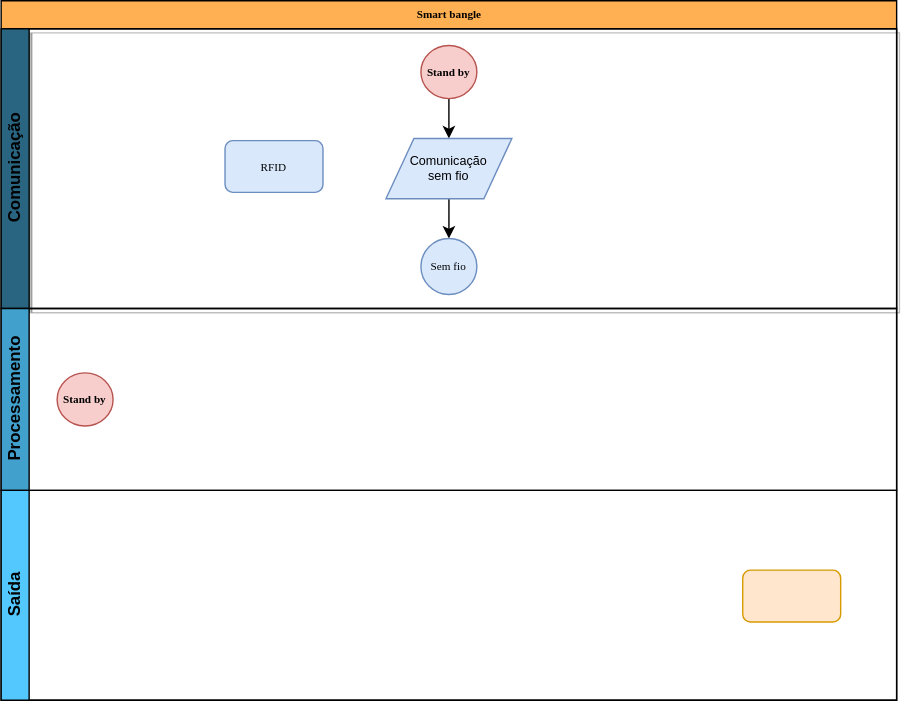
Earlier version of the draw.io export 2022.2/smart_bangle/smart-bangle_ea075.drawio.svg (vm-bertini/ea075-2023.1). Source tidied: cells renumbered, new cells last; positions are measured from the earlier drawing's top-left corner, leaving out a move shared by most shapes.
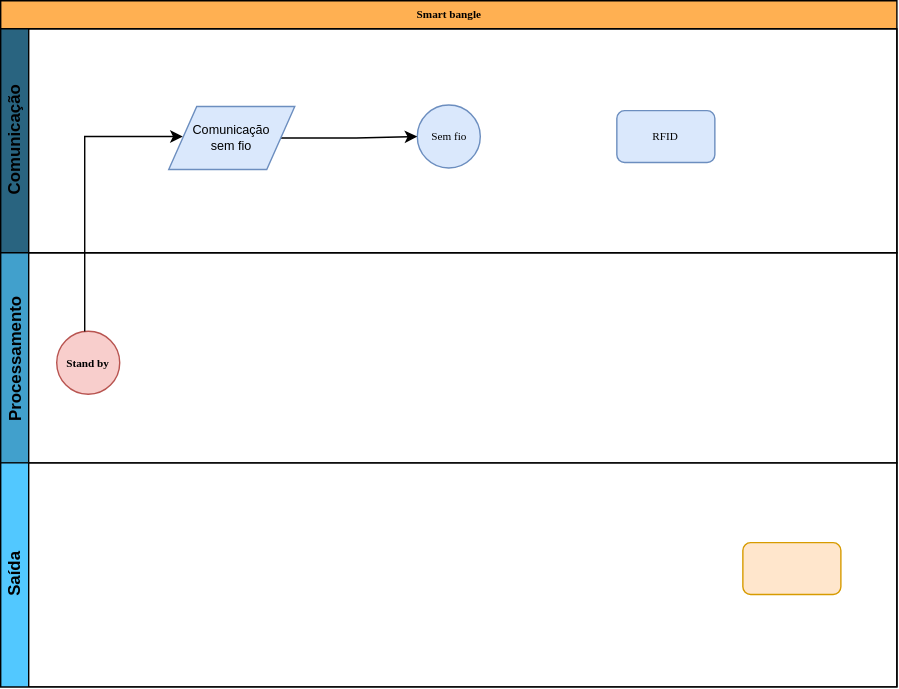
The same file after the commit.

Commit message:
editando escopo 2

Diff of the diagram source:
```diff
@@ -3,40 +3,41 @@
     <mxCell id="0" />
     <mxCell id="1" parent="0" />
     <mxCell id="2" value="Smart bangle" style="swimlane;html=1;horizontal=1;startSize=20;rounded=0;shadow=0;labelBackgroundColor=none;strokeWidth=1;fontFamily=Verdana;fontSize=8;align=center;fillColor=#FFB052;" parent="1" vertex="1">
-      <mxGeometry width="640" height="500" as="geometry" />
+      <mxGeometry width="640" height="490" as="geometry" />
     </mxCell>
-    <mxCell id="3" value="Comunicação" style="swimlane;html=1;startSize=20;horizontal=0;fillColor=#296480;shadow=1;fontStyle=1;" parent="2" vertex="1">
-      <mxGeometry y="20" width="640" height="200" as="geometry" />
+    <mxCell id="3" value="Comunicação" style="swimlane;html=1;startSize=20;horizontal=0;fillColor=#296480;shadow=0;fontStyle=1;fontColor=default;" parent="2" vertex="1">
+      <mxGeometry y="20" width="640" height="160" as="geometry" />
     </mxCell>
-    <mxCell id="4" style="edgeStyle=orthogonalEdgeStyle;rounded=0;jettySize=auto;html=1;exitX=0.5;exitY=1;exitDx=0;exitDy=0;entryX=0.5;entryY=0;entryDx=0;entryDy=0;fontSize=9;fontColor=default;" parent="3" edge="1" source="5" target="8">
-      <mxGeometry relative="1" as="geometry" />
-    </mxCell>
-    <mxCell id="5" value="Stand by" style="ellipse;whiteSpace=wrap;html=1;rounded=0;shadow=0;labelBackgroundColor=none;strokeWidth=1;fontFamily=Verdana;fontSize=8;align=center;fillColor=#f8cecc;strokeColor=#b85450;fontStyle=1;" parent="3" vertex="1">
-      <mxGeometry x="300" y="12" width="40" height="38" as="geometry" />
-    </mxCell>
     <mxCell id="6" value="RFID" style="rounded=1;whiteSpace=wrap;html=1;shadow=0;labelBackgroundColor=none;strokeWidth=1;fontFamily=Verdana;fontSize=8;align=center;fillColor=#dae8fc;strokeColor=#6c8ebf;" parent="3" vertex="1">
-      <mxGeometry x="160" y="80" width="70" height="37" as="geometry" />
+      <mxGeometry x="440" y="58.5" width="70" height="37" as="geometry" />
     </mxCell>
+    <mxCell id="9" value="Sem fio" style="ellipse;whiteSpace=wrap;html=1;rounded=0;shadow=0;labelBackgroundColor=none;strokeWidth=1;fontFamily=Verdana;fontSize=8;align=center;fillColor=#dae8fc;strokeColor=#6c8ebf;" parent="3" vertex="1">
+      <mxGeometry x="297.5" y="54.5" width="45" height="45" as="geometry" />
+    </mxCell>
-    <mxCell id="7" style="edgeStyle=orthogonalEdgeStyle;rounded=0;jettySize=auto;html=1;entryX=0.5;entryY=0;entryDx=0;entryDy=0;fontSize=9;fontColor=default;" parent="3" edge="1" source="8" target="9">
+    <mxCell id="7" style="edgeStyle=orthogonalEdgeStyle;rounded=0;jettySize=auto;html=1;entryX=0;entryY=0.5;entryDx=0;entryDy=0;fontSize=9;fontColor=default;" parent="3" edge="1" source="8" target="9">
       <mxGeometry relative="1" as="geometry" />
     </mxCell>
     <mxCell id="8" value="Comunicação&lt;br style=&quot;font-size: 9px;&quot;&gt;sem fio" style="shape=parallelogram;perimeter=parallelogramPerimeter;fixedSize=1;rounded=0;shadow=0;glass=0;labelBackgroundColor=none;labelBorderColor=none;sketch=0;fillColor=#dae8fc;align=center;horizontal=1;labelPosition=center;verticalLabelPosition=middle;verticalAlign=middle;whiteSpace=wrap;html=1;fontSize=9;strokeColor=#6c8ebf;" parent="3" vertex="1">
-      <mxGeometry x="275" y="78.5" width="90" height="43" as="geometry" />
+      <mxGeometry x="120" y="55.5" width="90" height="45" as="geometry" />
     </mxCell>
-    <mxCell id="9" value="Sem fio" style="ellipse;whiteSpace=wrap;html=1;rounded=0;shadow=0;labelBackgroundColor=none;strokeWidth=1;fontFamily=Verdana;fontSize=8;align=center;fillColor=#dae8fc;strokeColor=#6c8ebf;" parent="3" vertex="1">
-      <mxGeometry x="300" y="150" width="40" height="40" as="geometry" />
-    </mxCell>
-    <mxCell id="10" value="Processamento" style="swimlane;html=1;startSize=20;horizontal=0;fillColor=#41A0CC;" parent="2" vertex="1">
-      <mxGeometry y="220" width="640" height="130" as="geometry" />
+    <mxCell id="10" value="Processamento" style="swimlane;startSize=20;horizontal=0;fillColor=#41A0CC;" parent="2" vertex="1">
+      <mxGeometry y="180" width="640" height="150" as="geometry" />
     </mxCell>
     <mxCell id="11" value="Stand by" style="ellipse;whiteSpace=wrap;html=1;rounded=0;shadow=0;labelBackgroundColor=none;strokeWidth=1;fontFamily=Verdana;fontSize=8;align=center;fillColor=#f8cecc;strokeColor=#b85450;fontStyle=1;" parent="10" vertex="1">
-      <mxGeometry x="40" y="46" width="40" height="38" as="geometry" />
+      <mxGeometry x="40" y="56" width="45" height="45" as="geometry" />
     </mxCell>
     <mxCell id="12" value="Saída" style="swimlane;html=1;startSize=20;horizontal=0;fillColor=#52C8FF;gradientColor=none;swimlaneFillColor=none;swimlaneLine=1;rounded=0;shadow=0;sketch=0;glass=0;labelBackgroundColor=none;labelBorderColor=none;fontColor=default;" parent="2" vertex="1">
-      <mxGeometry y="350" width="640" height="150" as="geometry" />
+      <mxGeometry y="330" width="640" height="160" as="geometry" />
     </mxCell>
     <mxCell id="13" style="rounded=1;whiteSpace=wrap;html=1;shadow=0;labelBackgroundColor=none;strokeWidth=1;fontFamily=Verdana;fontSize=8;align=center;fillColor=#ffe6cc;strokeColor=#d79b00;" parent="12" vertex="1">
       <mxGeometry x="530" y="57" width="70" height="37" as="geometry" />
     </mxCell>
+    <mxCell id="14" style="edgeStyle=orthogonalEdgeStyle;rounded=0;jettySize=auto;html=1;fontSize=9;fontColor=default;entryX=0;entryY=0.5;entryDx=0;entryDy=0;" parent="2" edge="1" source="11" target="8">
+      <mxGeometry relative="1" as="geometry">
+        <Array as="points">
+          <mxPoint x="60" y="97" />
+        </Array>
+      </mxGeometry>
+    </mxCell>
   </root>
 </mxGraphModel>
```
